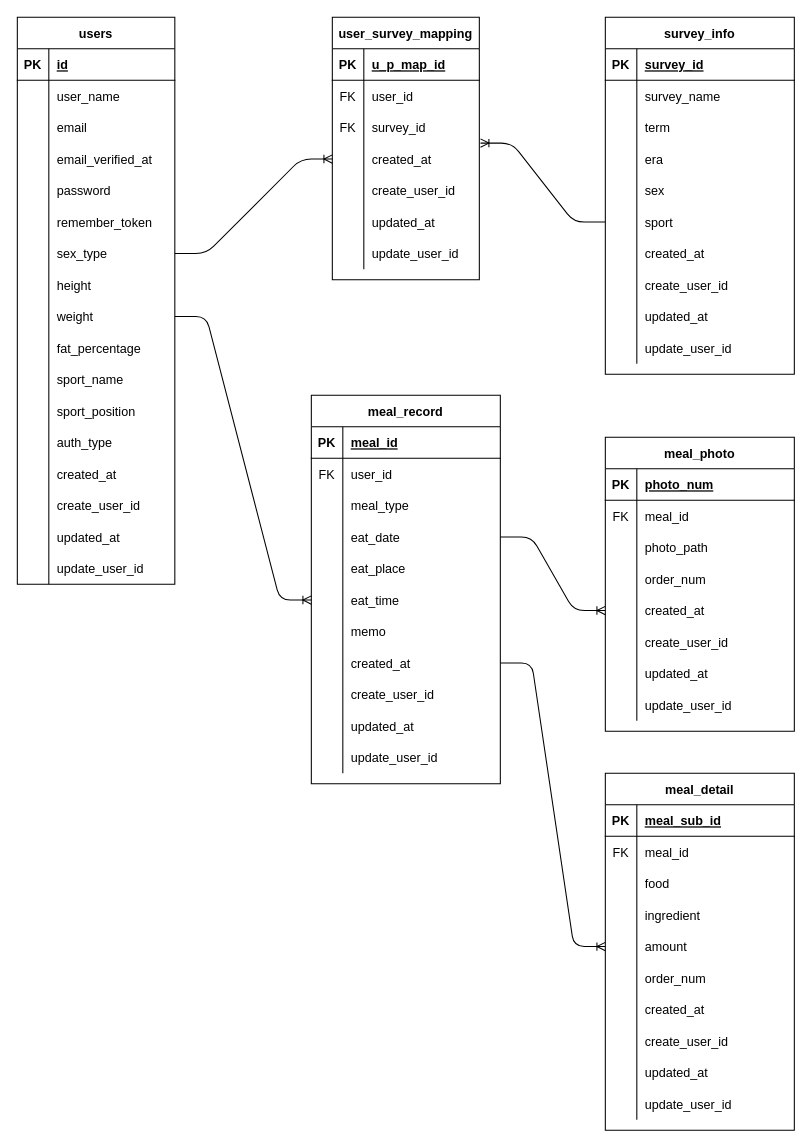
The draw.io diagram database/database.drawio in hagiohagi/shokujikanri_app, before the edit. Source tidied: cells renumbered, new cells numbered last; positions are measured from the earlier drawing's top-left corner, leaving out a move shared by most shapes. Both pictures are drawn from the tidied source at 105%, with x=0, y=0 at pixel (17, 17).
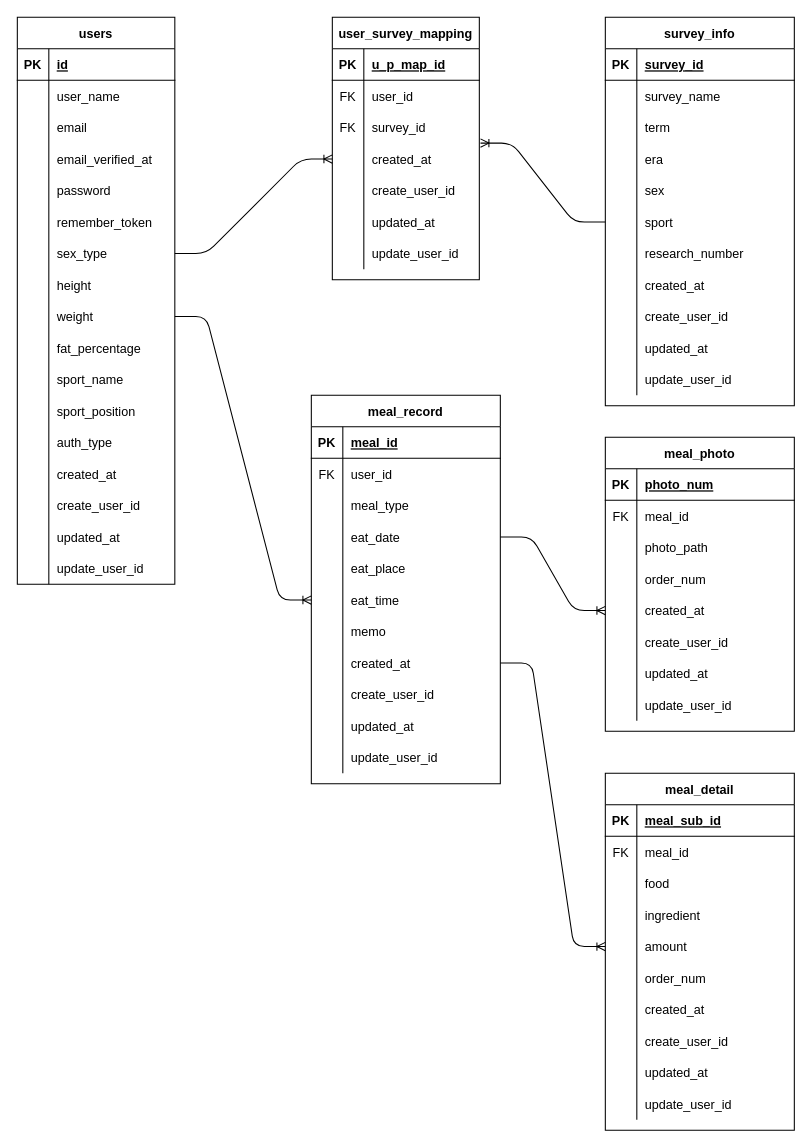
Above is the later version.

Diff of the diagram source:
```diff
@@
     <mxCell id="54" value="survey_info" style="shape=table;startSize=30;childLayout=tableLayout;rowLines=0;fontStyle=1;align=center;" parent="1" vertex="1">
-      <mxGeometry x="560" width="180" height="340" as="geometry" />
+      <mxGeometry x="560" width="180" height="370" as="geometry" />
     </mxCell>
@@
+    <mxCell id="202" style="shape=partialRectangle;fillColor=none;top=0;left=0;bottom=0;right=0;" parent="54" vertex="1">
+      <mxGeometry y="210" width="180" height="30" as="geometry" />
+    </mxCell>
+    <mxCell id="203" style="shape=partialRectangle;fillColor=none;top=0;left=0;bottom=0;right=0;overflow=hidden;" parent="202" vertex="1">
+      <mxGeometry width="30" height="30" as="geometry" />
+    </mxCell>
+    <mxCell id="204" value="research_number" style="shape=partialRectangle;fillColor=none;top=0;left=0;bottom=0;right=0;align=left;spacingLeft=6;overflow=hidden;" parent="202" vertex="1">
+      <mxGeometry x="30" width="150" height="30" as="geometry" />
+    </mxCell>
     <mxCell id="73" style="shape=partialRectangle;fillColor=none;top=0;left=0;bottom=0;right=0;" parent="54" vertex="1">
-      <mxGeometry y="210" width="180" height="30" as="geometry" />
+      <mxGeometry y="240" width="180" height="30" as="geometry" />
     </mxCell>
@@
     <mxCell id="76" style="shape=partialRectangle;fillColor=none;top=0;left=0;bottom=0;right=0;" parent="54" vertex="1">
-      <mxGeometry y="240" width="180" height="30" as="geometry" />
+      <mxGeometry y="270" width="180" height="30" as="geometry" />
     </mxCell>
@@
     <mxCell id="79" style="shape=partialRectangle;fillColor=none;top=0;left=0;bottom=0;right=0;" parent="54" vertex="1">
-      <mxGeometry y="270" width="180" height="30" as="geometry" />
+      <mxGeometry y="300" width="180" height="30" as="geometry" />
     </mxCell>
@@
     <mxCell id="82" style="shape=partialRectangle;fillColor=none;top=0;left=0;bottom=0;right=0;" parent="54" vertex="1">
-      <mxGeometry y="300" width="180" height="30" as="geometry" />
+      <mxGeometry y="330" width="180" height="30" as="geometry" />
     </mxCell>
```
